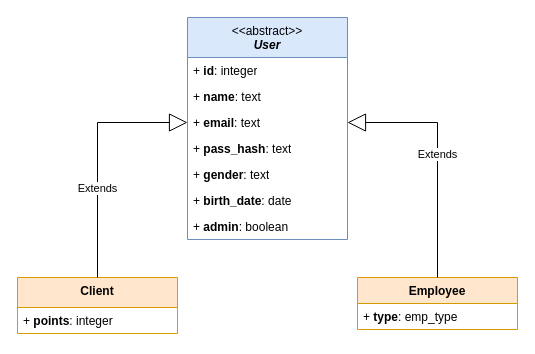
Joaquim-Claudio/MyPastry_PROJETO-WEB-2023-2024 keeps this draw.io diagram as editables/data-models-mypastry-P.D.W.drawio. Above is the earlier version. Source tidied: cells renumbered, new cells numbered last; positions are measured from the earlier drawing's top-left corner, leaving out a move shared by most shapes. Both pictures are drawn from the tidied source at 100%, with x=0, y=0 at pixel (17, 17).
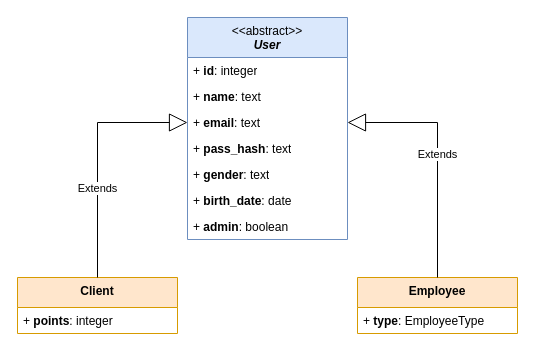
The same diagram, later.

Diff of the diagram source:
```diff
@@
 <mxGraphModel>
   <root>
     <mxCell id="0" />
     <mxCell id="1" parent="0" />
     <mxCell id="2" value="&lt;div&gt;&lt;span style=&quot;font-weight: normal;&quot;&gt;&amp;lt;&amp;lt;abstract&amp;gt;&amp;gt;&lt;/span&gt;&lt;/div&gt;&lt;i&gt;User&lt;/i&gt;" style="swimlane;fontStyle=1;align=center;verticalAlign=top;horizontal=1;startSize=40;whiteSpace=wrap;html=1;fillColor=#dae8fc;strokeColor=#6c8ebf;" parent="1" vertex="1">
       <mxGeometry x="170" width="160" height="222" as="geometry" />
     </mxCell>
     <mxCell id="3" value="+ &lt;b&gt;id&lt;/b&gt;: integer" style="text;strokeColor=none;fillColor=none;align=left;verticalAlign=top;spacingLeft=4;spacingRight=4;overflow=hidden;whiteSpace=wrap;html=1;" parent="2" vertex="1">
       <mxGeometry y="40" width="160" height="26" as="geometry" />
     </mxCell>
     <mxCell id="4" value="+ &lt;b&gt;name&lt;/b&gt;: text" style="text;strokeColor=none;fillColor=none;align=left;verticalAlign=top;spacingLeft=4;spacingRight=4;overflow=hidden;whiteSpace=wrap;html=1;" parent="2" vertex="1">
       <mxGeometry y="66" width="160" height="26" as="geometry" />
     </mxCell>
     <mxCell id="5" value="+ &lt;b&gt;email&lt;/b&gt;: text" style="text;strokeColor=none;fillColor=none;align=left;verticalAlign=top;spacingLeft=4;spacingRight=4;overflow=hidden;points=[[0,0.5],[1,0.5]];portConstraint=eastwest;whiteSpace=wrap;html=1;" parent="2" vertex="1">
       <mxGeometry y="92" width="160" height="26" as="geometry" />
     </mxCell>
     <mxCell id="6" value="+ &lt;b&gt;pass_hash&lt;/b&gt;: text" style="text;strokeColor=none;fillColor=none;align=left;verticalAlign=top;spacingLeft=4;spacingRight=4;overflow=hidden;whiteSpace=wrap;html=1;" parent="2" vertex="1">
       <mxGeometry y="118" width="160" height="26" as="geometry" />
     </mxCell>
     <mxCell id="7" value="+ &lt;b&gt;gender&lt;/b&gt;: text" style="text;strokeColor=none;fillColor=none;align=left;verticalAlign=top;spacingLeft=4;spacingRight=4;overflow=hidden;whiteSpace=wrap;html=1;" parent="2" vertex="1">
       <mxGeometry y="144" width="160" height="26" as="geometry" />
     </mxCell>
     <mxCell id="8" value="+ &lt;b&gt;birth_date&lt;/b&gt;: date" style="text;strokeColor=none;fillColor=none;align=left;verticalAlign=top;spacingLeft=4;spacingRight=4;overflow=hidden;whiteSpace=wrap;html=1;" parent="2" vertex="1">
       <mxGeometry y="170" width="160" height="26" as="geometry" />
     </mxCell>
     <mxCell id="9" value="+ &lt;b&gt;admin&lt;/b&gt;: boolean" style="text;strokeColor=none;fillColor=none;align=left;verticalAlign=top;spacingLeft=4;spacingRight=4;overflow=hidden;whiteSpace=wrap;html=1;" parent="2" vertex="1">
       <mxGeometry y="196" width="160" height="26" as="geometry" />
     </mxCell>
     <mxCell id="10" value="Client" style="swimlane;fontStyle=1;align=center;verticalAlign=top;horizontal=1;startSize=30;whiteSpace=wrap;html=1;fillColor=#ffe6cc;strokeColor=#d79b00;" parent="1" vertex="1">
       <mxGeometry y="260" width="160" height="56" as="geometry" />
     </mxCell>
     <mxCell id="11" value="+ &lt;b&gt;points&lt;/b&gt;: integer" style="text;strokeColor=none;fillColor=none;align=left;verticalAlign=top;spacingLeft=4;spacingRight=4;overflow=hidden;whiteSpace=wrap;html=1;" parent="10" vertex="1">
       <mxGeometry y="30" width="160" height="26" as="geometry" />
     </mxCell>
-    <mxCell id="12" value="Employee" style="swimlane;fontStyle=1;align=center;verticalAlign=top;horizontal=1;startSize=26;whiteSpace=wrap;html=1;fillColor=#ffe6cc;strokeColor=#d79b00;" parent="1" vertex="1">
-      <mxGeometry x="340" y="260" width="160" height="52" as="geometry" />
+    <mxCell id="12" value="Employee" style="swimlane;fontStyle=1;align=center;verticalAlign=top;horizontal=1;startSize=30;whiteSpace=wrap;html=1;fillColor=#ffe6cc;strokeColor=#d79b00;" parent="1" vertex="1">
+      <mxGeometry x="340" y="260" width="160" height="56" as="geometry" />
     </mxCell>
-    <mxCell id="13" value="+ &lt;b&gt;type&lt;/b&gt;: emp_type" style="text;strokeColor=none;fillColor=none;align=left;verticalAlign=top;spacingLeft=4;spacingRight=4;overflow=hidden;whiteSpace=wrap;html=1;" parent="12" vertex="1">
-      <mxGeometry y="26" width="160" height="26" as="geometry" />
+    <mxCell id="13" value="+ &lt;b&gt;type&lt;/b&gt;: EmployeeType" style="text;strokeColor=none;fillColor=none;align=left;verticalAlign=top;spacingLeft=4;spacingRight=4;overflow=hidden;whiteSpace=wrap;html=1;" parent="12" vertex="1">
+      <mxGeometry y="30" width="160" height="26" as="geometry" />
     </mxCell>
     <mxCell id="14" value="Extends" style="endArrow=block;endSize=16;endFill=0;html=1;rounded=0;exitX=0.5;exitY=0;exitDx=0;exitDy=0;entryX=0;entryY=0.5;entryDx=0;entryDy=0;" parent="1" edge="1" source="10" target="5">
       <mxGeometry x="-0.27" relative="1" as="geometry">
         <Array as="points">
           <mxPoint x="80" y="105" />
         </Array>
       </mxGeometry>
     </mxCell>
     <mxCell id="15" value="Extends" style="endArrow=block;endSize=16;endFill=0;html=1;rounded=0;exitX=0.5;exitY=0;exitDx=0;exitDy=0;entryX=1;entryY=0.5;entryDx=0;entryDy=0;" parent="1" edge="1" source="12" target="5">
       <mxGeometry relative="1" as="geometry">
         <Array as="points">
           <mxPoint x="420" y="105" />
         </Array>
       </mxGeometry>
     </mxCell>
   </root>
 </mxGraphModel>
```
